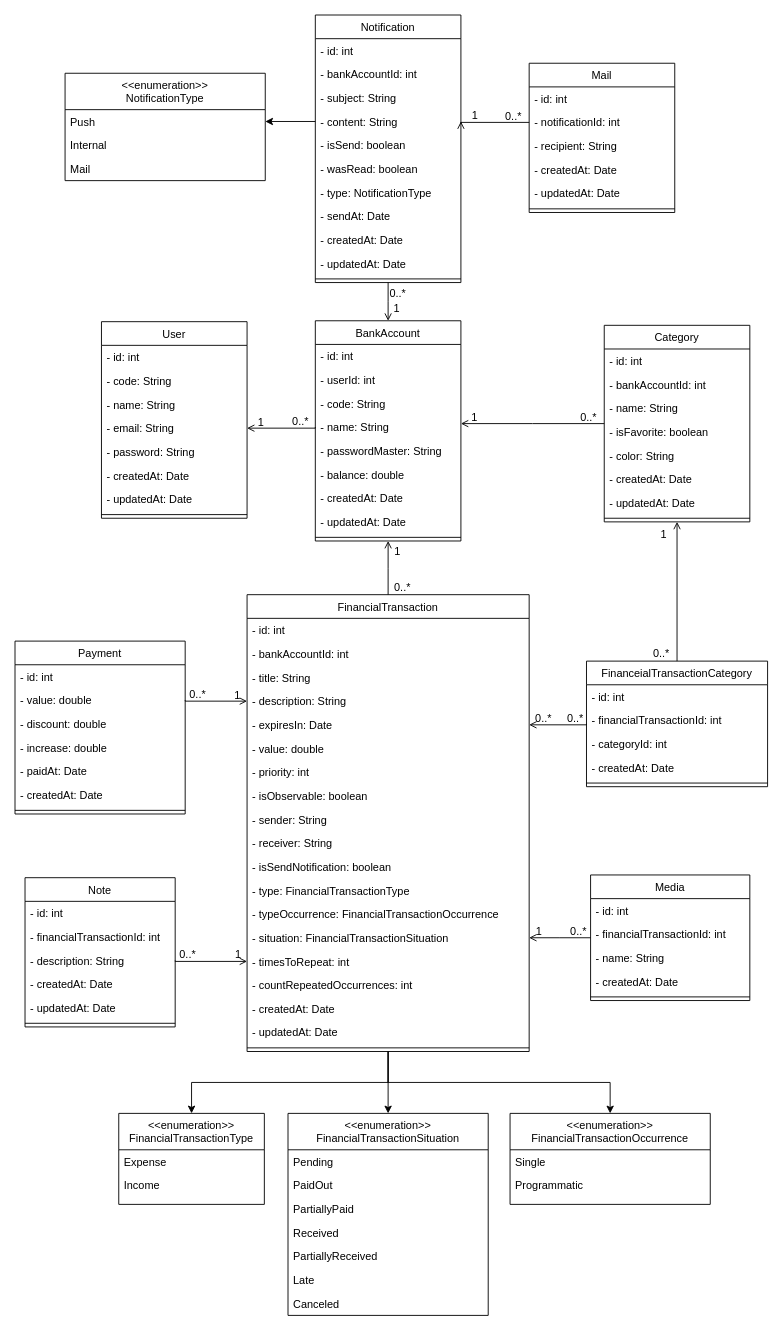
This is docs/class.diagram.drawio from Danrley-Ruan-Saquetti/esliph-finance, a draw.io file, before an edit. Source tidied: cells renumbered, new cells numbered last; positions are measured from the earlier drawing's top-left corner, leaving out a move shared by most shapes. Both pictures are drawn from the tidied source at 91%, with x=0, y=0 at pixel (15, 15).
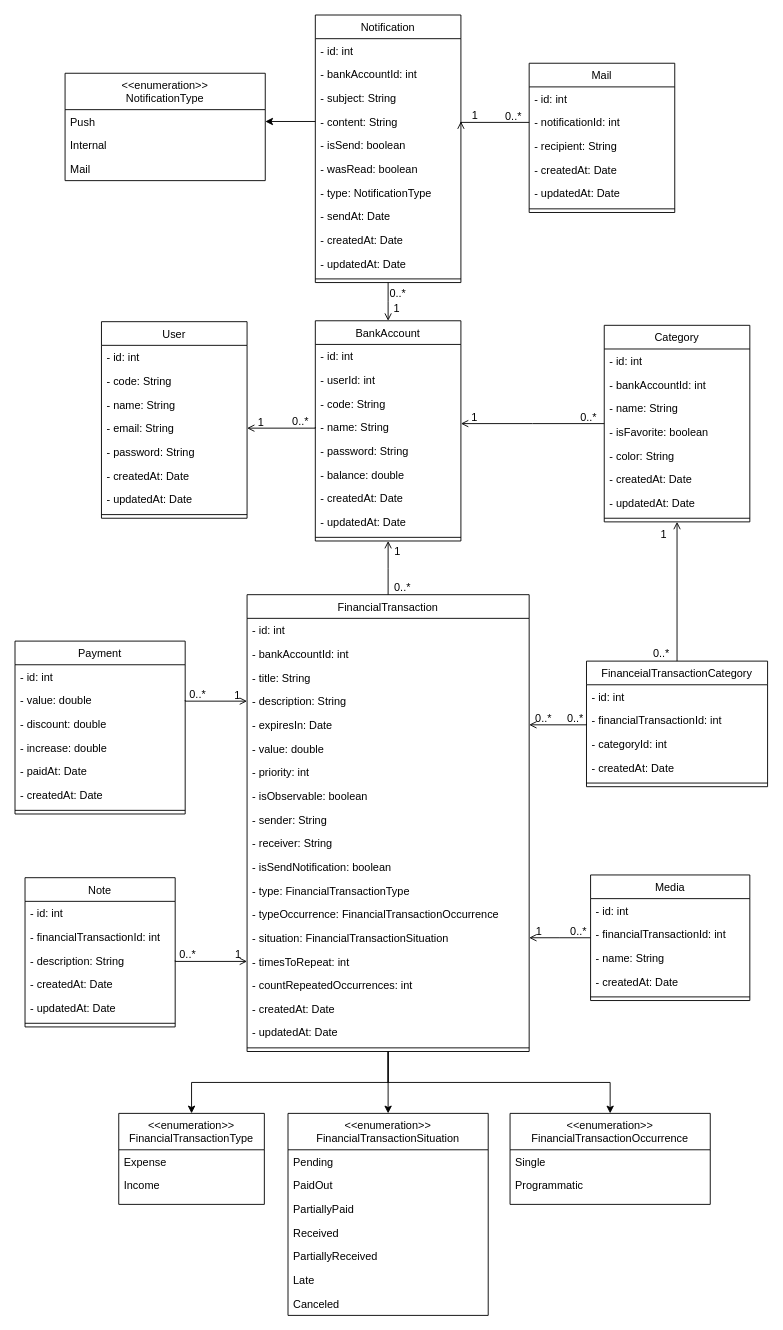
After the change.

The change refers to these unchanged cells:
```xml
<mxCell id="2" value="BankAccount" style="swimlane;fontStyle=0;align=center;verticalAlign=top;horizontal=1;startSize=26;rounded=0;shadow=0;strokeWidth=1;" parent="1" vertex="1">
  <mxGeometry x="330" y="336" width="160" height="242" as="geometry" />
</mxCell>
```

What changed in the source:
```diff
@@
-    <mxCell id="7" value="- passwordMaster: String" style="text;align=left;verticalAlign=top;spacingLeft=4;spacingRight=4;overflow=hidden;rounded=0;shadow=0;html=0;" parent="2" vertex="1">
+    <mxCell id="7" value="- password: String" style="text;align=left;verticalAlign=top;spacingLeft=4;spacingRight=4;overflow=hidden;rounded=0;shadow=0;html=0;" parent="2" vertex="1">
       <mxGeometry y="130" width="160" height="26" as="geometry" />
     </mxCell>
```
